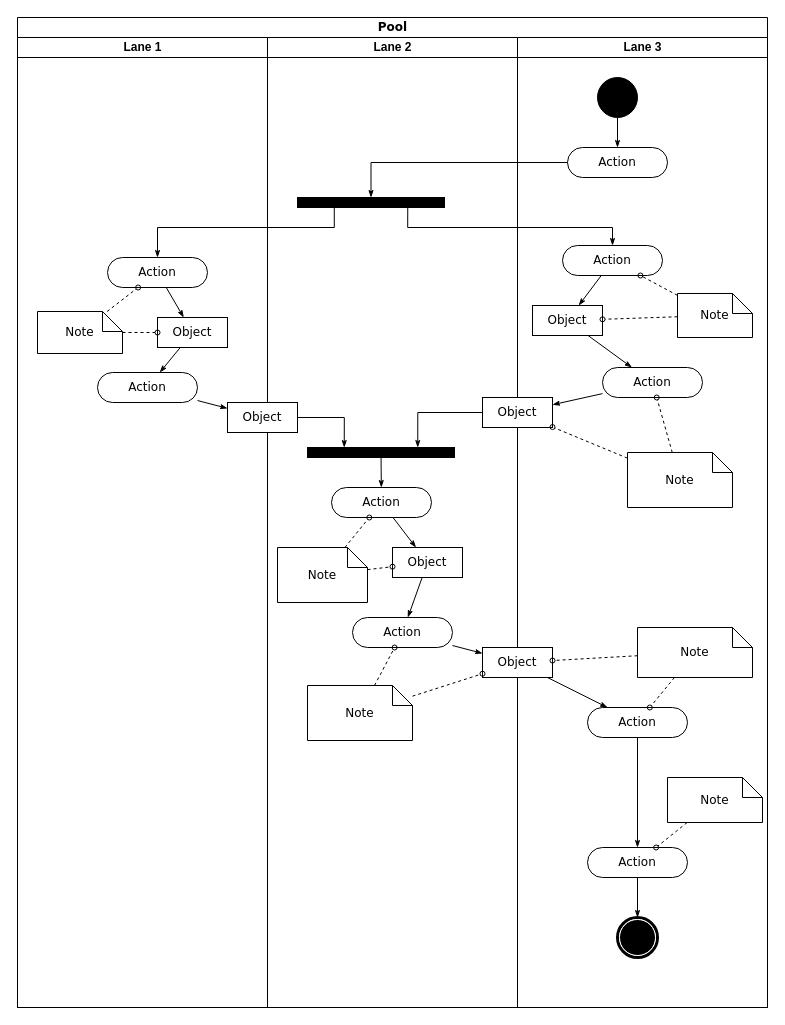
Above: Untitled Diagram.drawio in Hwangzhiyoung/interview (draw.io), before the change. Source tidied: cells renumbered, new cells numbered last; positions are measured from the earlier drawing's top-left corner, leaving out a move shared by most shapes. Both pictures are drawn from the tidied source at 100%, with x=0, y=0 at pixel (17, 17).
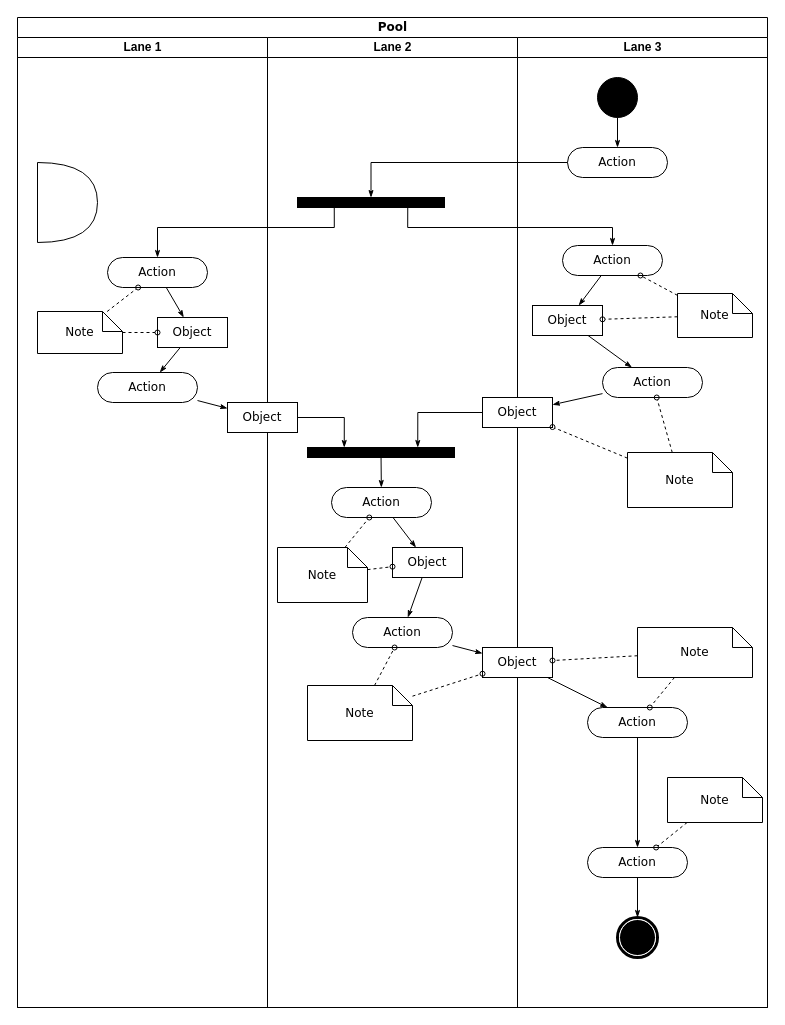
After the change.

Unchanged cells that the change refers to:
```xml
<mxCell id="3" value="Lane 1" style="swimlane;html=1;startSize=20;" parent="2" vertex="1">
  <mxGeometry y="20" width="250" height="970" as="geometry" />
</mxCell>
```

Change to the diagram source:
```diff
@@
+    <mxCell id="64" style="shape=or;whiteSpace=wrap;html=1;" parent="3" vertex="1">
+      <mxGeometry x="20" y="125" width="60" height="80" as="geometry" />
+    </mxCell>
```
